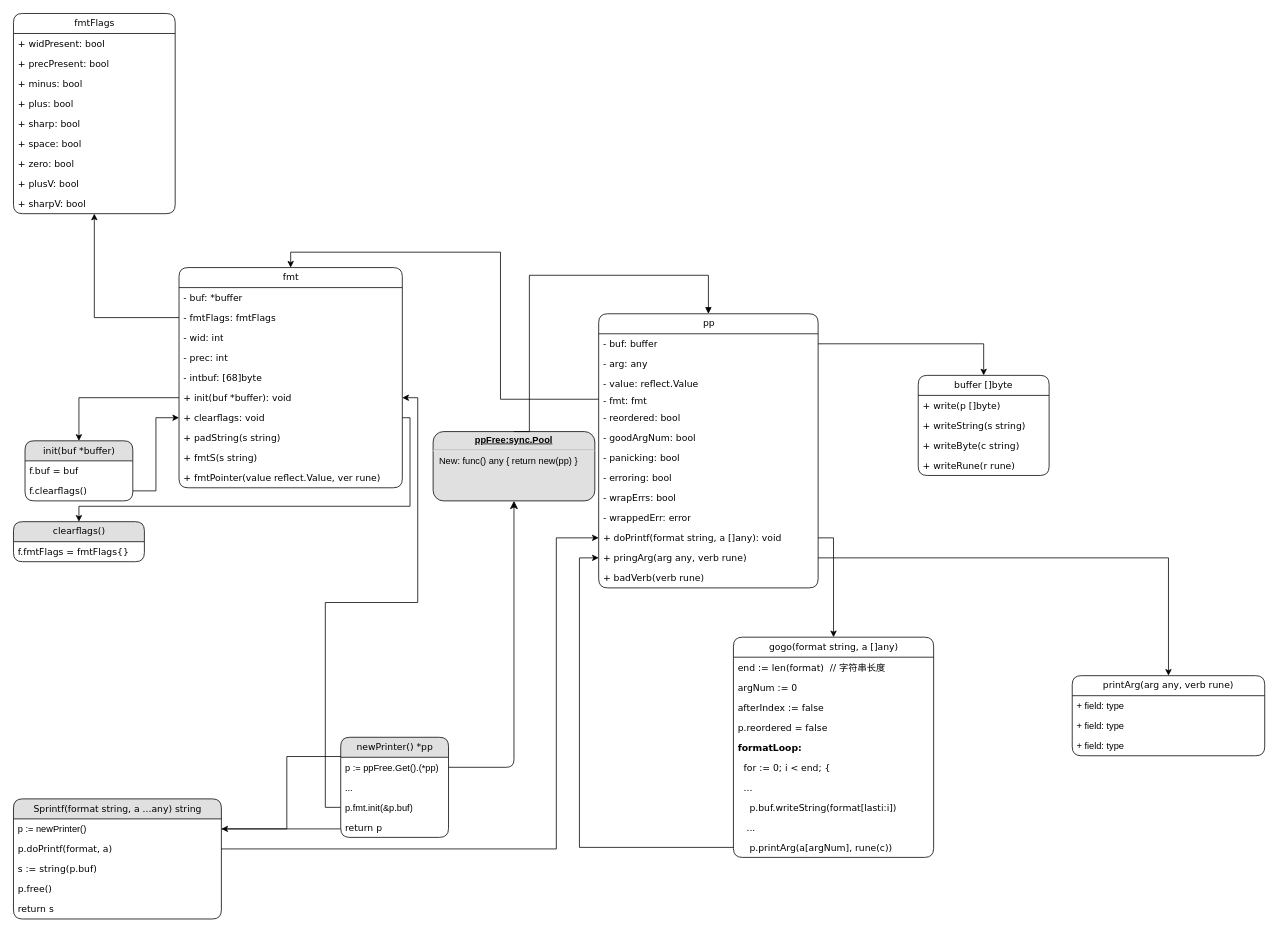
Above: readsourcecode/go-fmt-1.18.10.drawio in cherubic/drawio (draw.io), before the change. Source tidied: cells renumbered, new cells numbered last; positions are measured from the earlier drawing's top-left corner, leaving out a move shared by most shapes. Both pictures are drawn from the tidied source at 77%, with x=0, y=0 at pixel (13, 13).
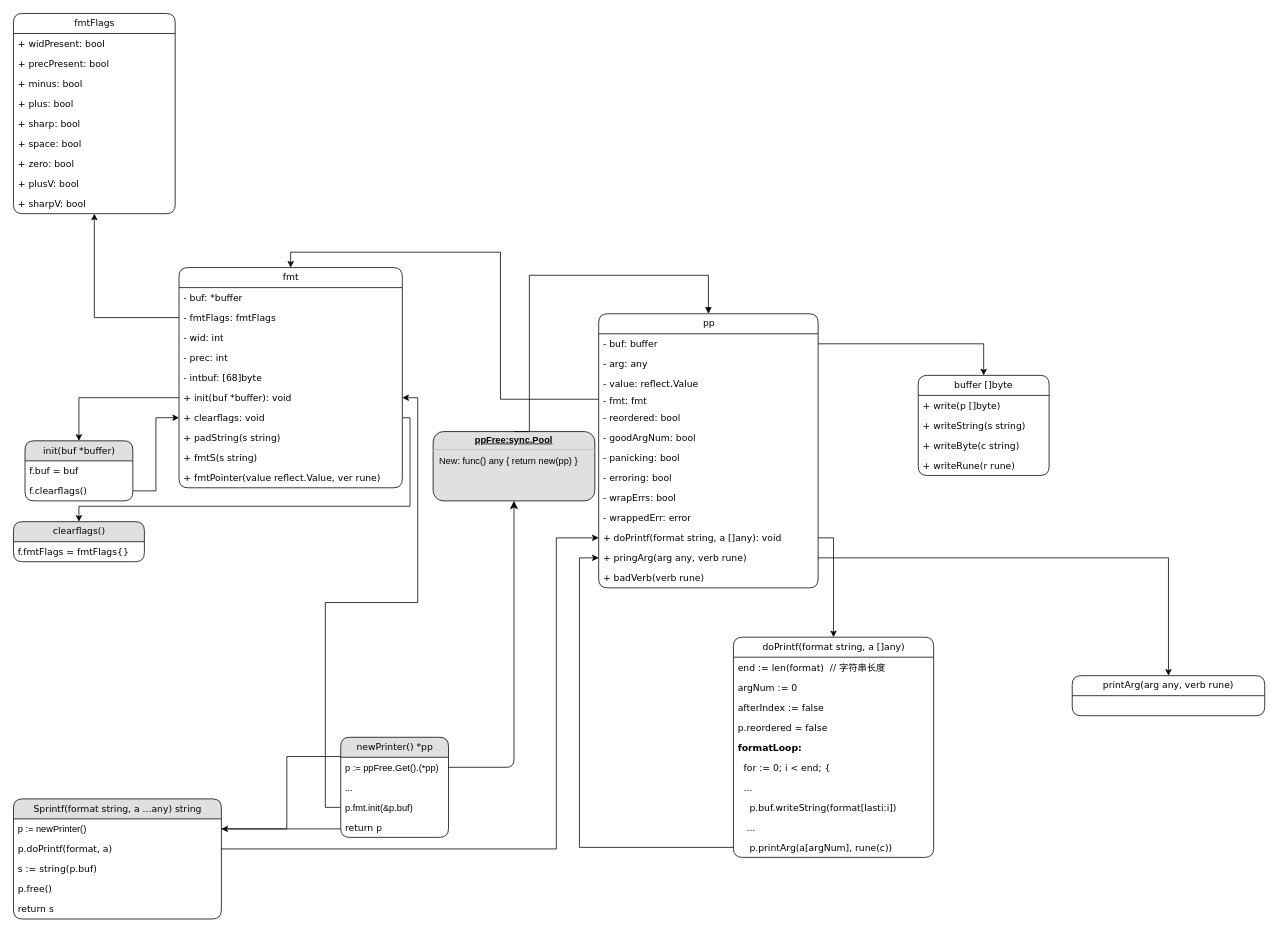
Above is the later version.

Diff of the diagram source:
```diff
@@
-    <mxCell id="66" value="gogo(format string, a []any)" style="swimlane;fontStyle=0;horizontal=1;startSize=26;fillColor=none;rounded=1;shadow=0;labelBackgroundColor=none;comic=0;strokeColor=default;strokeWidth=1;fontFamily=Verdana;fontSize=12;fontColor=default;html=1;" parent="1" vertex="1">
+    <mxCell id="66" value="doPrintf(format string, a []any)" style="swimlane;fontStyle=0;horizontal=1;startSize=26;fillColor=none;rounded=1;shadow=0;labelBackgroundColor=none;comic=0;strokeColor=default;strokeWidth=1;fontFamily=Verdana;fontSize=12;fontColor=default;html=1;" parent="1" vertex="1">
       <mxGeometry x="935" y="810" width="260" height="286" as="geometry" />
     </mxCell>
@@
     <mxCell id="84" value="printArg(arg any, verb rune)" style="swimlane;fontStyle=0;horizontal=1;startSize=26;fillColor=none;whiteSpace=wrap;html=1;fontFamily=Verdana;rounded=1;shadow=0;labelBackgroundColor=none;comic=0;strokeWidth=1;" parent="1" vertex="1">
-      <mxGeometry x="1375" y="860" width="250" height="104" as="geometry" />
+      <mxGeometry x="1375" y="860" width="250" height="52" as="geometry" />
     </mxCell>
-    <mxCell id="85" value="+ field: type" style="text;strokeColor=none;fillColor=none;align=left;verticalAlign=top;spacingLeft=4;spacingRight=4;overflow=hidden;whiteSpace=wrap;html=1;" parent="84" vertex="1">
-      <mxGeometry y="26" width="250" height="26" as="geometry" />
-    </mxCell>
-    <mxCell id="86" value="+ field: type" style="text;strokeColor=none;fillColor=none;align=left;verticalAlign=top;spacingLeft=4;spacingRight=4;overflow=hidden;whiteSpace=wrap;html=1;" parent="84" vertex="1">
-      <mxGeometry y="52" width="250" height="26" as="geometry" />
-    </mxCell>
-    <mxCell id="87" value="+ field: type" style="text;strokeColor=none;fillColor=none;align=left;verticalAlign=top;spacingLeft=4;spacingRight=4;overflow=hidden;whiteSpace=wrap;html=1;" parent="84" vertex="1">
-      <mxGeometry y="78" width="250" height="26" as="geometry" />
-    </mxCell>
```
